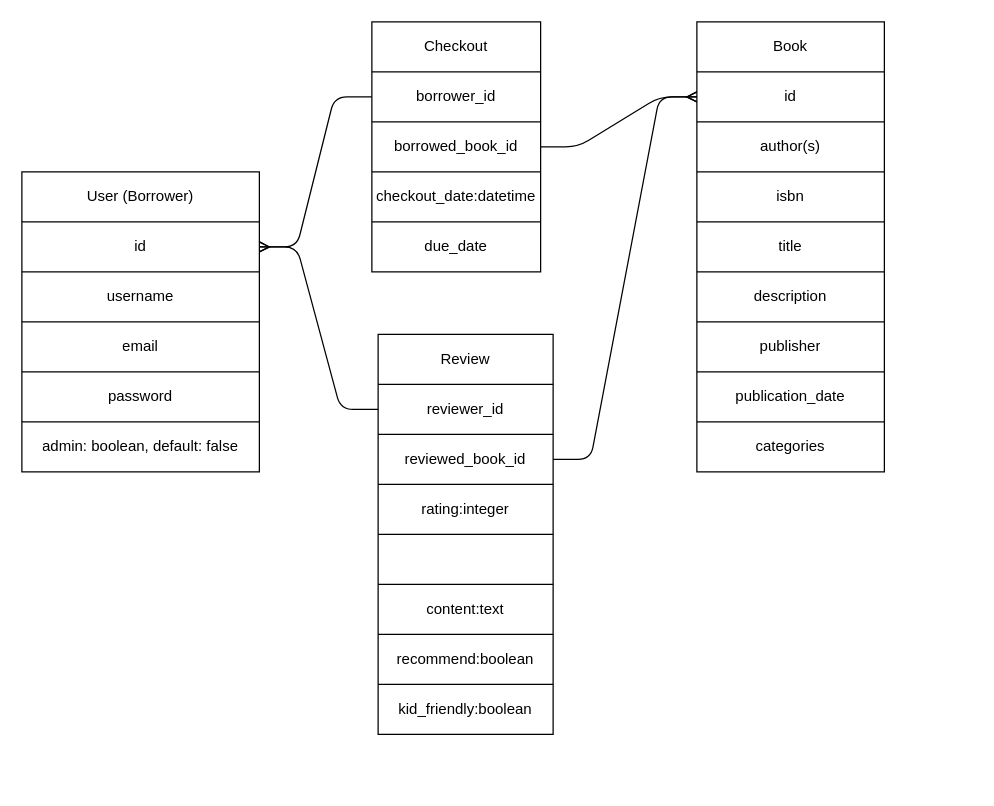
DavidRMorphew/books-and-banter keeps this draw.io diagram as library_table.drawio. Above is the earlier version. Source tidied: cells renumbered, new cells numbered last; positions are measured from the earlier drawing's top-left corner, leaving out a move shared by most shapes. Both pictures are drawn from the tidied source at 125%, with x=0, y=0 at pixel (21, 21).
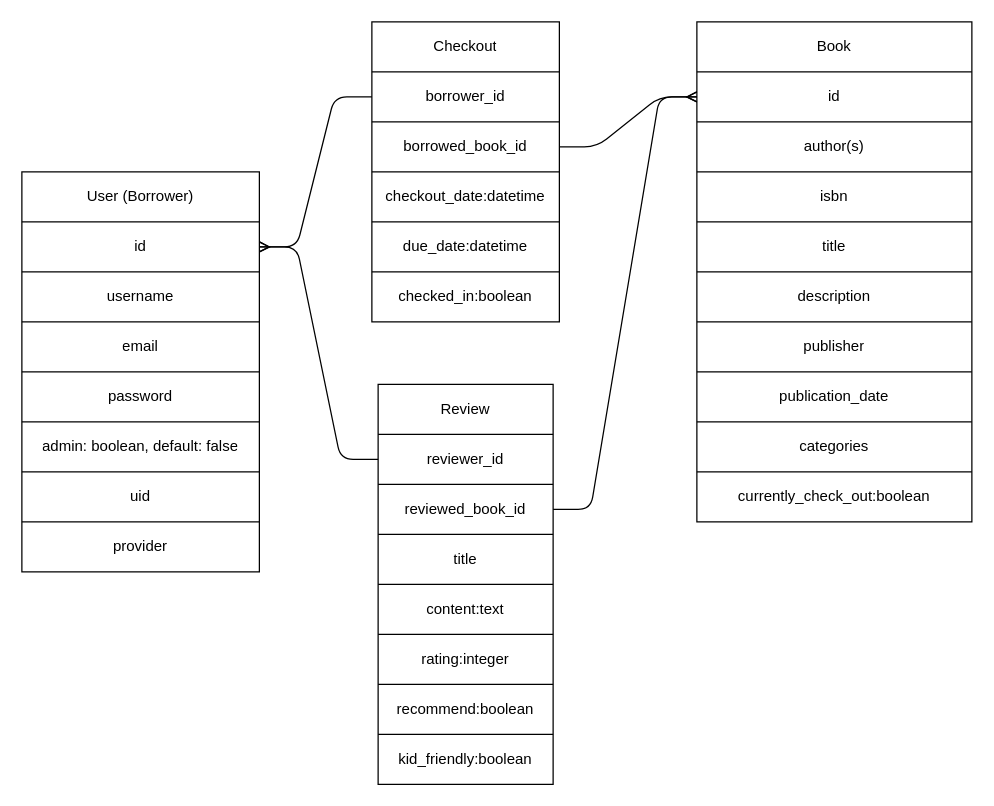
After the change.

Change to the diagram source:
```diff
@@
     <mxCell id="2" style="shape=table;html=1;whiteSpace=wrap;startSize=0;childLayout=tableLayout;" parent="1" vertex="1">
-      <mxGeometry y="120" width="190" height="240" as="geometry" />
+      <mxGeometry y="120" width="190" height="320" as="geometry" />
     </mxCell>
@@
+    <mxCell id="66" style="shape=partialRectangle;html=1;whiteSpace=wrap;fillColor=none;top=0;left=0;bottom=0;right=0;" parent="2" vertex="1">
+      <mxGeometry y="240" width="190" height="40" as="geometry" />
+    </mxCell>
+    <mxCell id="67" value="uid" style="shape=partialRectangle;html=1;whiteSpace=wrap;overflow=hidden;fillColor=none;top=0;left=0;bottom=0;right=0;" parent="66" vertex="1">
+      <mxGeometry width="190" height="40" as="geometry" />
+    </mxCell>
+    <mxCell id="68" style="shape=partialRectangle;html=1;whiteSpace=wrap;fillColor=none;top=0;left=0;bottom=0;right=0;" parent="2" vertex="1">
+      <mxGeometry y="280" width="190" height="40" as="geometry" />
+    </mxCell>
+    <mxCell id="69" value="provider" style="shape=partialRectangle;html=1;whiteSpace=wrap;overflow=hidden;fillColor=none;top=0;left=0;bottom=0;right=0;" parent="68" vertex="1">
+      <mxGeometry width="190" height="40" as="geometry" />
+    </mxCell>
     <mxCell id="15" style="shape=table;html=1;whiteSpace=wrap;startSize=0;childLayout=tableLayout;" parent="1" vertex="1">
-      <mxGeometry x="540" width="150" height="360" as="geometry" />
+      <mxGeometry x="540" width="220" height="400" as="geometry" />
     </mxCell>
     <mxCell id="16" style="shape=partialRectangle;html=1;whiteSpace=wrap;fillColor=none;top=0;left=0;bottom=0;right=0;" parent="15" vertex="1">
-      <mxGeometry width="150" height="40" as="geometry" />
+      <mxGeometry width="220" height="40" as="geometry" />
     </mxCell>
     <mxCell id="17" value="Book" style="shape=partialRectangle;html=1;whiteSpace=wrap;overflow=hidden;fillColor=none;top=0;left=0;bottom=0;right=0;" parent="16" vertex="1">
-      <mxGeometry width="150" height="40" as="geometry" />
+      <mxGeometry width="220" height="40" as="geometry" />
     </mxCell>
     <mxCell id="18" style="shape=partialRectangle;html=1;whiteSpace=wrap;fillColor=none;top=0;left=0;bottom=0;right=0;points=[[0,0.5],[1,0.5]];portConstraint=eastwest;" parent="15" vertex="1">
-      <mxGeometry y="40" width="150" height="40" as="geometry" />
+      <mxGeometry y="40" width="220" height="40" as="geometry" />
     </mxCell>
     <mxCell id="19" value="id" style="shape=partialRectangle;html=1;whiteSpace=wrap;overflow=hidden;fillColor=none;top=0;left=0;bottom=0;right=0;" parent="18" vertex="1">
-      <mxGeometry width="150" height="40" as="geometry" />
+      <mxGeometry width="220" height="40" as="geometry" />
     </mxCell>
     <mxCell id="20" style="shape=partialRectangle;html=1;whiteSpace=wrap;fillColor=none;top=0;left=0;bottom=0;right=0;" parent="15" vertex="1">
-      <mxGeometry y="80" width="150" height="40" as="geometry" />
+      <mxGeometry y="80" width="220" height="40" as="geometry" />
     </mxCell>
     <mxCell id="21" value="author(s)" style="shape=partialRectangle;html=1;whiteSpace=wrap;overflow=hidden;fillColor=none;top=0;left=0;bottom=0;right=0;" parent="20" vertex="1">
-      <mxGeometry width="150" height="40" as="geometry" />
+      <mxGeometry width="220" height="40" as="geometry" />
     </mxCell>
     <mxCell id="22" style="shape=partialRectangle;html=1;whiteSpace=wrap;fillColor=none;top=0;left=0;bottom=0;right=0;" parent="15" vertex="1">
-      <mxGeometry y="120" width="150" height="40" as="geometry" />
+      <mxGeometry y="120" width="220" height="40" as="geometry" />
     </mxCell>
     <mxCell id="23" value="isbn" style="shape=partialRectangle;html=1;whiteSpace=wrap;overflow=hidden;fillColor=none;top=0;left=0;bottom=0;right=0;" parent="22" vertex="1">
-      <mxGeometry width="150" height="40" as="geometry" />
+      <mxGeometry width="220" height="40" as="geometry" />
     </mxCell>
     <mxCell id="24" style="shape=partialRectangle;html=1;whiteSpace=wrap;fillColor=none;top=0;left=0;bottom=0;right=0;" parent="15" vertex="1">
-      <mxGeometry y="160" width="150" height="40" as="geometry" />
+      <mxGeometry y="160" width="220" height="40" as="geometry" />
     </mxCell>
     <mxCell id="25" value="title" style="shape=partialRectangle;html=1;whiteSpace=wrap;overflow=hidden;fillColor=none;top=0;left=0;bottom=0;right=0;" parent="24" vertex="1">
-      <mxGeometry width="150" height="40" as="geometry" />
+      <mxGeometry width="220" height="40" as="geometry" />
     </mxCell>
     <mxCell id="26" style="shape=partialRectangle;html=1;whiteSpace=wrap;fillColor=none;top=0;left=0;bottom=0;right=0;" parent="15" vertex="1">
-      <mxGeometry y="200" width="150" height="40" as="geometry" />
+      <mxGeometry y="200" width="220" height="40" as="geometry" />
     </mxCell>
     <mxCell id="27" value="description" style="shape=partialRectangle;html=1;whiteSpace=wrap;overflow=hidden;fillColor=none;top=0;left=0;bottom=0;right=0;" parent="26" vertex="1">
-      <mxGeometry width="150" height="40" as="geometry" />
+      <mxGeometry width="220" height="40" as="geometry" />
     </mxCell>
     <mxCell id="28" style="shape=partialRectangle;html=1;whiteSpace=wrap;fillColor=none;top=0;left=0;bottom=0;right=0;" parent="15" vertex="1">
-      <mxGeometry y="240" width="150" height="40" as="geometry" />
+      <mxGeometry y="240" width="220" height="40" as="geometry" />
     </mxCell>
     <mxCell id="29" value="publisher" style="shape=partialRectangle;html=1;whiteSpace=wrap;overflow=hidden;fillColor=none;top=0;left=0;bottom=0;right=0;" parent="28" vertex="1">
-      <mxGeometry width="150" height="40" as="geometry" />
+      <mxGeometry width="220" height="40" as="geometry" />
     </mxCell>
     <mxCell id="30" style="shape=partialRectangle;html=1;whiteSpace=wrap;fillColor=none;top=0;left=0;bottom=0;right=0;" parent="15" vertex="1">
-      <mxGeometry y="280" width="150" height="40" as="geometry" />
+      <mxGeometry y="280" width="220" height="40" as="geometry" />
     </mxCell>
     <mxCell id="31" value="publication_date" style="shape=partialRectangle;html=1;whiteSpace=wrap;overflow=hidden;fillColor=none;top=0;left=0;bottom=0;right=0;" parent="30" vertex="1">
-      <mxGeometry width="150" height="40" as="geometry" />
+      <mxGeometry width="220" height="40" as="geometry" />
     </mxCell>
     <mxCell id="32" style="shape=partialRectangle;html=1;whiteSpace=wrap;fillColor=none;top=0;left=0;bottom=0;right=0;" parent="15" vertex="1">
-      <mxGeometry y="320" width="150" height="40" as="geometry" />
+      <mxGeometry y="320" width="220" height="40" as="geometry" />
     </mxCell>
     <mxCell id="33" value="categories" style="shape=partialRectangle;html=1;whiteSpace=wrap;overflow=hidden;fillColor=none;top=0;left=0;bottom=0;right=0;" parent="32" vertex="1">
-      <mxGeometry width="150" height="40" as="geometry" />
+      <mxGeometry width="220" height="40" as="geometry" />
     </mxCell>
+    <mxCell id="57" style="shape=partialRectangle;html=1;whiteSpace=wrap;fillColor=none;top=0;left=0;bottom=0;right=0;" parent="15" vertex="1">
+      <mxGeometry y="360" width="220" height="40" as="geometry" />
+    </mxCell>
+    <mxCell id="70" value="currently_check_out:boolean" style="shape=partialRectangle;html=1;whiteSpace=wrap;overflow=hidden;fillColor=none;top=0;left=0;bottom=0;right=0;" parent="57" vertex="1">
+      <mxGeometry width="220" height="40" as="geometry" />
+    </mxCell>
     <mxCell id="34" style="shape=table;html=1;whiteSpace=wrap;startSize=0;childLayout=tableLayout;" parent="1" vertex="1">
-      <mxGeometry x="280" width="135" height="200" as="geometry" />
+      <mxGeometry x="280" width="150" height="240" as="geometry" />
     </mxCell>
     <mxCell id="35" style="shape=partialRectangle;html=1;whiteSpace=wrap;fillColor=none;top=0;left=0;bottom=0;right=0;" parent="34" vertex="1">
-      <mxGeometry width="135" height="40" as="geometry" />
+      <mxGeometry width="150" height="40" as="geometry" />
     </mxCell>
     <mxCell id="36" value="Checkout" style="shape=partialRectangle;html=1;whiteSpace=wrap;overflow=hidden;fillColor=none;top=0;left=0;bottom=0;right=0;" parent="35" vertex="1">
-      <mxGeometry width="135" height="40" as="geometry" />
+      <mxGeometry width="150" height="40" as="geometry" />
     </mxCell>
     <mxCell id="37" style="shape=partialRectangle;html=1;whiteSpace=wrap;fillColor=none;top=0;left=0;bottom=0;right=0;points=[[0,0.5],[1,0.5]];portConstraint=eastwest;" parent="34" vertex="1">
-      <mxGeometry y="40" width="135" height="40" as="geometry" />
+      <mxGeometry y="40" width="150" height="40" as="geometry" />
     </mxCell>
     <mxCell id="38" value="borrower_id" style="shape=partialRectangle;html=1;whiteSpace=wrap;overflow=hidden;fillColor=none;top=0;left=0;bottom=0;right=0;" parent="37" vertex="1">
-      <mxGeometry width="135" height="40" as="geometry" />
+      <mxGeometry width="150" height="40" as="geometry" />
     </mxCell>
     <mxCell id="39" style="shape=partialRectangle;html=1;whiteSpace=wrap;fillColor=none;top=0;left=0;bottom=0;right=0;points=[[0,0.5],[1,0.5]];portConstraint=eastwest;" parent="34" vertex="1">
-      <mxGeometry y="80" width="135" height="40" as="geometry" />
+      <mxGeometry y="80" width="150" height="40" as="geometry" />
     </mxCell>
     <mxCell id="40" value="borrowed_book_id" style="shape=partialRectangle;html=1;whiteSpace=wrap;overflow=hidden;fillColor=none;top=0;left=0;bottom=0;right=0;" parent="39" vertex="1">
-      <mxGeometry width="135" height="40" as="geometry" />
+      <mxGeometry width="150" height="40" as="geometry" />
     </mxCell>
     <mxCell id="41" style="shape=partialRectangle;html=1;whiteSpace=wrap;fillColor=none;top=0;left=0;bottom=0;right=0;" parent="34" vertex="1">
-      <mxGeometry y="120" width="135" height="40" as="geometry" />
+      <mxGeometry y="120" width="150" height="40" as="geometry" />
     </mxCell>
     <mxCell id="42" value="checkout_date:datetime" style="shape=partialRectangle;html=1;whiteSpace=wrap;overflow=hidden;fillColor=none;top=0;left=0;bottom=0;right=0;" parent="41" vertex="1">
-      <mxGeometry width="135" height="40" as="geometry" />
+      <mxGeometry width="150" height="40" as="geometry" />
     </mxCell>
     <mxCell id="43" style="shape=partialRectangle;html=1;whiteSpace=wrap;fillColor=none;top=0;left=0;bottom=0;right=0;" parent="34" vertex="1">
-      <mxGeometry y="160" width="135" height="40" as="geometry" />
+      <mxGeometry y="160" width="150" height="40" as="geometry" />
     </mxCell>
-    <mxCell id="44" value="due_date" style="shape=partialRectangle;html=1;whiteSpace=wrap;overflow=hidden;fillColor=none;top=0;left=0;bottom=0;right=0;" parent="43" vertex="1">
-      <mxGeometry width="135" height="40" as="geometry" />
+    <mxCell id="44" value="due_date:datetime" style="shape=partialRectangle;html=1;whiteSpace=wrap;overflow=hidden;fillColor=none;top=0;left=0;bottom=0;right=0;" parent="43" vertex="1">
+      <mxGeometry width="150" height="40" as="geometry" />
     </mxCell>
+    <mxCell id="71" style="shape=partialRectangle;html=1;whiteSpace=wrap;fillColor=none;top=0;left=0;bottom=0;right=0;" parent="34" vertex="1">
+      <mxGeometry y="200" width="150" height="40" as="geometry" />
+    </mxCell>
+    <mxCell id="72" value="checked_in:boolean" style="shape=partialRectangle;html=1;whiteSpace=wrap;overflow=hidden;fillColor=none;top=0;left=0;bottom=0;right=0;" parent="71" vertex="1">
+      <mxGeometry width="150" height="40" as="geometry" />
+    </mxCell>
@@
     <mxCell id="47" style="shape=table;html=1;whiteSpace=wrap;startSize=0;childLayout=tableLayout;" parent="1" vertex="1">
-      <mxGeometry x="285" y="250" width="140" height="320" as="geometry" />
+      <mxGeometry x="285" y="290" width="140" height="320" as="geometry" />
     </mxCell>
@@
+    <mxCell id="73" style="shape=partialRectangle;html=1;whiteSpace=wrap;fillColor=none;top=0;left=0;bottom=0;right=0;" parent="47" vertex="1">
+      <mxGeometry y="120" width="140" height="40" as="geometry" />
+    </mxCell>
+    <mxCell id="74" value="title" style="shape=partialRectangle;html=1;whiteSpace=wrap;overflow=hidden;fillColor=none;top=0;left=0;bottom=0;right=0;" parent="73" vertex="1">
+      <mxGeometry width="140" height="40" as="geometry" />
+    </mxCell>
+    <mxCell id="58" style="shape=partialRectangle;html=1;whiteSpace=wrap;fillColor=none;top=0;left=0;bottom=0;right=0;" parent="47" vertex="1">
+      <mxGeometry y="160" width="140" height="40" as="geometry" />
+    </mxCell>
+    <mxCell id="59" value="content:text" style="shape=partialRectangle;html=1;whiteSpace=wrap;overflow=hidden;fillColor=none;top=0;left=0;bottom=0;right=0;" parent="58" vertex="1">
+      <mxGeometry width="140" height="40" as="geometry" />
+    </mxCell>
     <mxCell id="54" style="shape=partialRectangle;html=1;whiteSpace=wrap;fillColor=none;top=0;left=0;bottom=0;right=0;" parent="47" vertex="1">
-      <mxGeometry y="120" width="140" height="40" as="geometry" />
+      <mxGeometry y="200" width="140" height="40" as="geometry" />
     </mxCell>
@@
-    <mxCell id="56" style="shape=partialRectangle;html=1;whiteSpace=wrap;fillColor=none;top=0;left=0;bottom=0;right=0;" parent="47" vertex="1">
-      <mxGeometry y="160" width="140" height="40" as="geometry" />
-    </mxCell>
-    <mxCell id="57" style="shape=partialRectangle;html=1;whiteSpace=wrap;overflow=hidden;fillColor=none;top=0;left=0;bottom=0;right=0;" parent="56" vertex="1">
-      <mxGeometry width="140" height="40" as="geometry" />
-    </mxCell>
-    <mxCell id="58" style="shape=partialRectangle;html=1;whiteSpace=wrap;fillColor=none;top=0;left=0;bottom=0;right=0;" parent="47" vertex="1">
-      <mxGeometry y="200" width="140" height="40" as="geometry" />
-    </mxCell>
-    <mxCell id="59" value="content:text" style="shape=partialRectangle;html=1;whiteSpace=wrap;overflow=hidden;fillColor=none;top=0;left=0;bottom=0;right=0;" parent="58" vertex="1">
-      <mxGeometry width="140" height="40" as="geometry" />
-    </mxCell>
```
